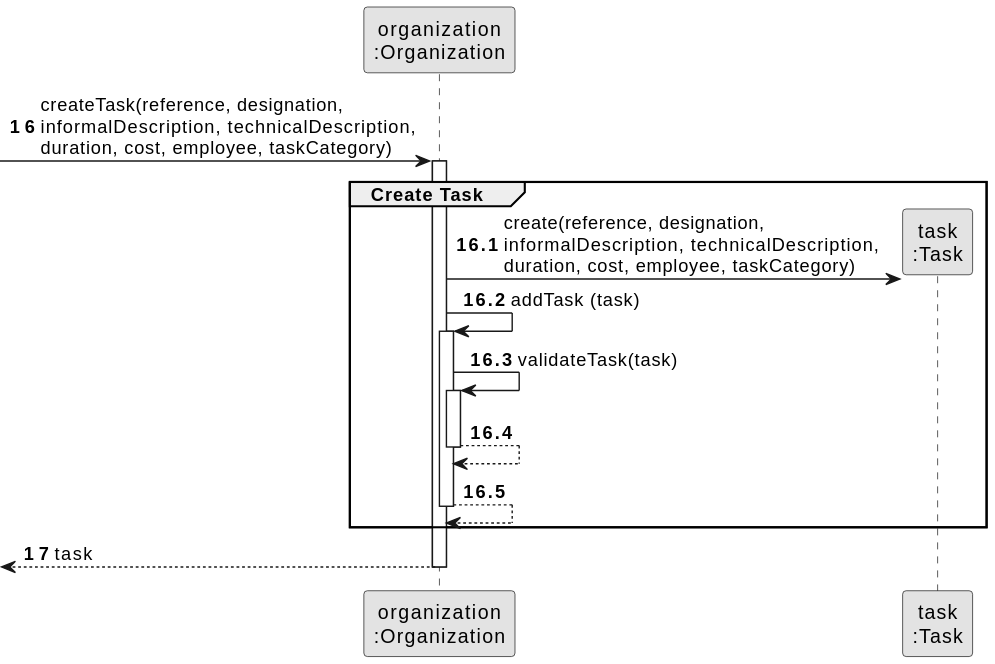
PureNimble/ISEP-LAPR2 keeps this PlantUML diagram as docs/tp1/svg/uc6-sequence-diagram-create-task.svg. Above is the earlier version. The source it was exported from:
```plantuml
@startuml
skinparam monochrome true
skinparam packageStyle rectangle
skinparam shadowing false

participant "organization\n:Organization" as ORG
participant "task\n:Task" as TAREFA

autonumber 16
-> ORG: createTask(reference, designation,\ninformalDescription, technicalDescription,\nduration, cost, employee, taskCategory)

autonumber 16.1
activate ORG
    group Create Task

        ORG -> TAREFA**: create(reference, designation,\ninformalDescription, technicalDescription,\nduration, cost, employee, taskCategory)
        ORG -> ORG: addTask (task)

        activate ORG
            ORG -> ORG: validateTask(task)
            activate ORG
                ORG --> ORG
            deactivate ORG

            ORG --> ORG
        deactivate ORG
    end

    autonumber 17
    <-- ORG : task
deactivate ORG
@enduml
```
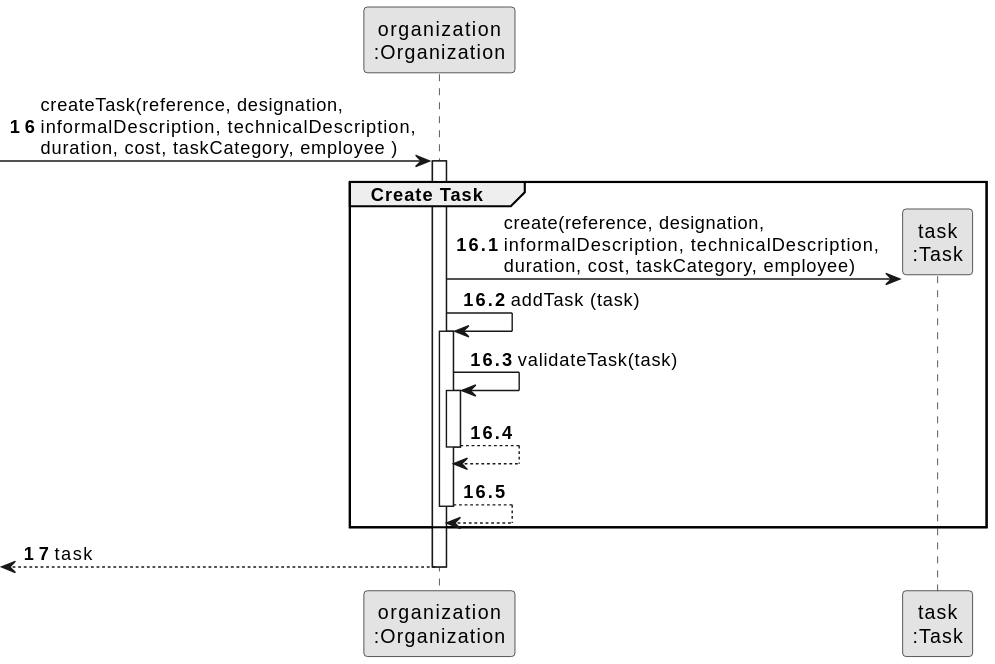
Later version of the same file.

Change to the diagram source:
```diff
@@ -7,13 +7,13 @@
 participant "task\n:Task" as TAREFA
 
 autonumber 16
--> ORG: createTask(reference, designation,\ninformalDescription, technicalDescription,\nduration, cost, employee, taskCategory)
+-> ORG: createTask(reference, designation,\ninformalDescription, technicalDescription,\nduration, cost, taskCategory, employee )
 
 autonumber 16.1
 activate ORG
     group Create Task
 
-        ORG -> TAREFA**: create(reference, designation,\ninformalDescription, technicalDescription,\nduration, cost, employee, taskCategory)
+        ORG -> TAREFA**: create(reference, designation,\ninformalDescription, technicalDescription,\nduration, cost, taskCategory, employee)
         ORG -> ORG: addTask (task)
 
         activate ORG
```
